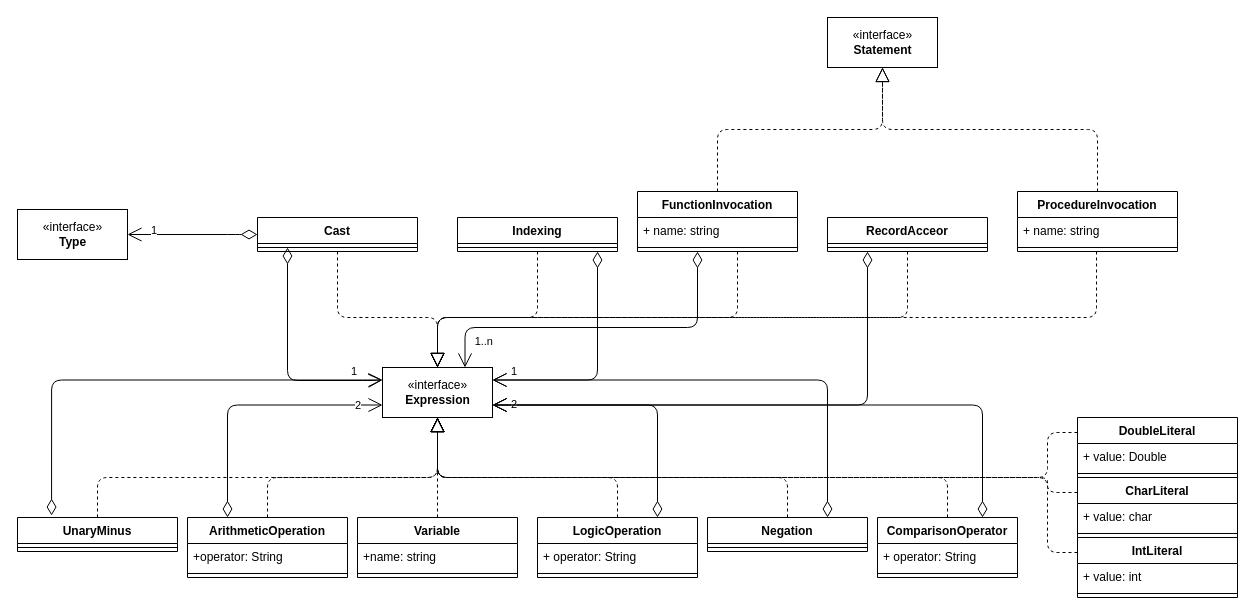
The draw.io diagram ast/uml/expressions.drawio in ludvij/C-minus-minus, before the edit. Source tidied: cells renumbered, new cells numbered last; positions are measured from the earlier drawing's top-left corner, leaving out a move shared by most shapes. Both pictures are drawn from the tidied source at 100%, with x=0, y=0 at pixel (17, 17).
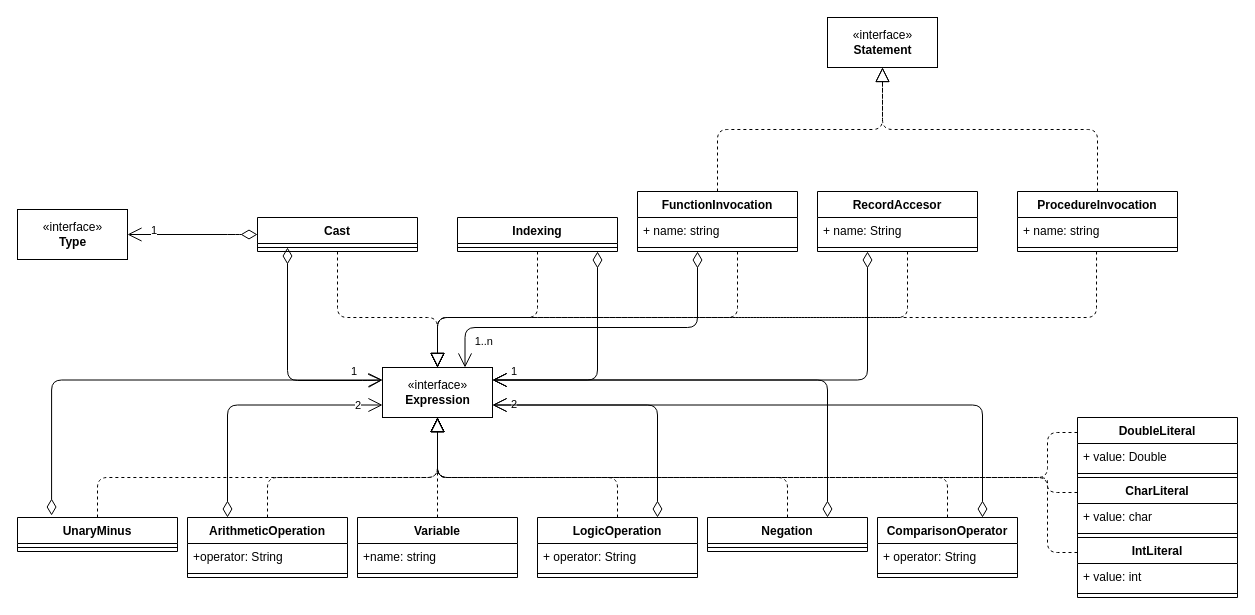
After the change.

Unchanged cells that the change refers to:
```xml
<mxCell id="11" value="«interface»&lt;br&gt;&lt;div&gt;&lt;b&gt;Expression&lt;/b&gt;&lt;/div&gt;" style="html=1;" parent="1" vertex="1">
  <mxGeometry x="365" y="350" width="110" height="50" as="geometry" />
</mxCell>
```

Change to the diagram source:
```diff
@@
-    <mxCell id="45" value="RecordAcceor" style="swimlane;fontStyle=1;align=center;verticalAlign=top;horizontal=1;startSize=26;" parent="1" vertex="1">
-      <mxGeometry x="810" y="200" width="160" height="34" as="geometry" />
-    </mxCell>
-    <mxCell id="46" style="line;strokeWidth=1;fillColor=none;align=left;verticalAlign=middle;spacingTop=-1;spacingLeft=3;spacingRight=3;labelPosition=right;" parent="45" vertex="1">
-      <mxGeometry y="26" width="160" height="8" as="geometry" />
-    </mxCell>
-    <mxCell id="47" style="endArrow=open;html=1;endSize=12;startArrow=diamondThin;startSize=14;startFill=0;edgeStyle=orthogonalEdgeStyle;rounded=1;entryX=1;entryY=0.75;entryDx=0;entryDy=0;exitX=0.25;exitY=1;exitDx=0;exitDy=0;" parent="1" edge="1" source="45" target="11">
+    <mxCell id="47" style="endArrow=open;html=1;endSize=12;startArrow=diamondThin;startSize=14;startFill=0;edgeStyle=orthogonalEdgeStyle;rounded=1;entryX=1;entryY=0.25;entryDx=0;entryDy=0;exitX=0.25;exitY=1;exitDx=0;exitDy=0;" parent="1" edge="1" target="11">
       <mxGeometry relative="1" as="geometry">
+        <mxPoint x="850" y="234" as="sourcePoint" />
         <Array as="points">
-          <mxPoint x="850" y="388" />
+          <mxPoint x="850" y="363" />
         </Array>
       </mxGeometry>
     </mxCell>
-    <mxCell id="48" style="endArrow=block;dashed=1;endFill=0;endSize=12;html=1;rounded=1;exitX=0.5;exitY=1;exitDx=0;exitDy=0;" parent="1" edge="1" source="45">
+    <mxCell id="48" style="endArrow=block;dashed=1;endFill=0;endSize=12;html=1;rounded=1;exitX=0.5;exitY=1;exitDx=0;exitDy=0;" parent="1" edge="1">
       <mxGeometry relative="1" as="geometry">
+        <mxPoint x="890" y="234" as="sourcePoint" />
         <mxPoint x="420" y="350" as="targetPoint" />
         <Array as="points">
           <mxPoint x="890" y="300" />
           <mxPoint x="420" y="300" />
         </Array>
       </mxGeometry>
     </mxCell>
@@
+    <mxCell id="74" value="RecordAccesor" style="swimlane;fontStyle=1;align=center;verticalAlign=top;horizontal=1;startSize=26;" parent="1" vertex="1">
+      <mxGeometry x="800" y="174" width="160" height="60" as="geometry" />
+    </mxCell>
+    <mxCell id="75" value="+ name: String" style="text;strokeColor=none;fillColor=none;align=left;verticalAlign=top;spacingLeft=4;spacingRight=4;overflow=hidden;" parent="74" vertex="1">
+      <mxGeometry y="26" width="160" height="26" as="geometry" />
+    </mxCell>
+    <mxCell id="76" style="line;strokeWidth=1;fillColor=none;align=left;verticalAlign=middle;spacingTop=-1;spacingLeft=3;spacingRight=3;labelPosition=right;" parent="74" vertex="1">
+      <mxGeometry y="52" width="160" height="8" as="geometry" />
+    </mxCell>
```
